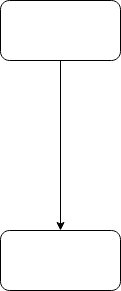
Before: dd/Diagram.png, a diagram exported from draw.io (songtianlun/Drad.io.demo). Source tidied: cells renumbered, new cells last; positions are measured from the earlier drawing's top-left corner, leaving out a move shared by most shapes. The source it was exported from:
```xml
<mxGraphModel>
  <root>
    <mxCell id="0" />
    <mxCell id="1" parent="0" />
    <mxCell id="2" style="edgeStyle=orthogonalEdgeStyle;rounded=0;jettySize=auto;html=1;entryX=0.5;entryY=0;entryDx=0;entryDy=0;" parent="1" edge="1" source="3" target="4">
      <mxGeometry relative="1" as="geometry" />
    </mxCell>
    <mxCell id="3" style="rounded=1;whiteSpace=wrap;html=1;" parent="1" vertex="1">
      <mxGeometry width="120" height="60" as="geometry" />
    </mxCell>
    <mxCell id="4" style="rounded=1;whiteSpace=wrap;html=1;" parent="1" vertex="1">
      <mxGeometry y="230" width="120" height="60" as="geometry" />
    </mxCell>
  </root>
</mxGraphModel>
```
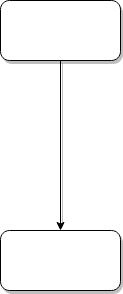
Above is the later version.

The edit, as a diff of the source:
```diff
@@ -2,13 +2,13 @@
   <root>
     <mxCell id="0" />
     <mxCell id="1" parent="0" />
-    <mxCell id="2" style="edgeStyle=orthogonalEdgeStyle;rounded=0;jettySize=auto;html=1;entryX=0.5;entryY=0;entryDx=0;entryDy=0;" parent="1" edge="1" source="3" target="4">
+    <mxCell id="2" style="edgeStyle=orthogonalEdgeStyle;rounded=0;jettySize=auto;html=1;entryX=0.5;entryY=0;entryDx=0;entryDy=0;shadow=1;" parent="1" edge="1" source="3" target="4">
       <mxGeometry relative="1" as="geometry" />
     </mxCell>
-    <mxCell id="3" style="rounded=1;whiteSpace=wrap;html=1;" parent="1" vertex="1">
+    <mxCell id="3" style="rounded=1;whiteSpace=wrap;html=1;shadow=1;" parent="1" vertex="1">
       <mxGeometry width="120" height="60" as="geometry" />
     </mxCell>
-    <mxCell id="4" style="rounded=1;whiteSpace=wrap;html=1;" parent="1" vertex="1">
+    <mxCell id="4" style="rounded=1;whiteSpace=wrap;html=1;shadow=1;" parent="1" vertex="1">
       <mxGeometry y="230" width="120" height="60" as="geometry" />
     </mxCell>
   </root>
```
